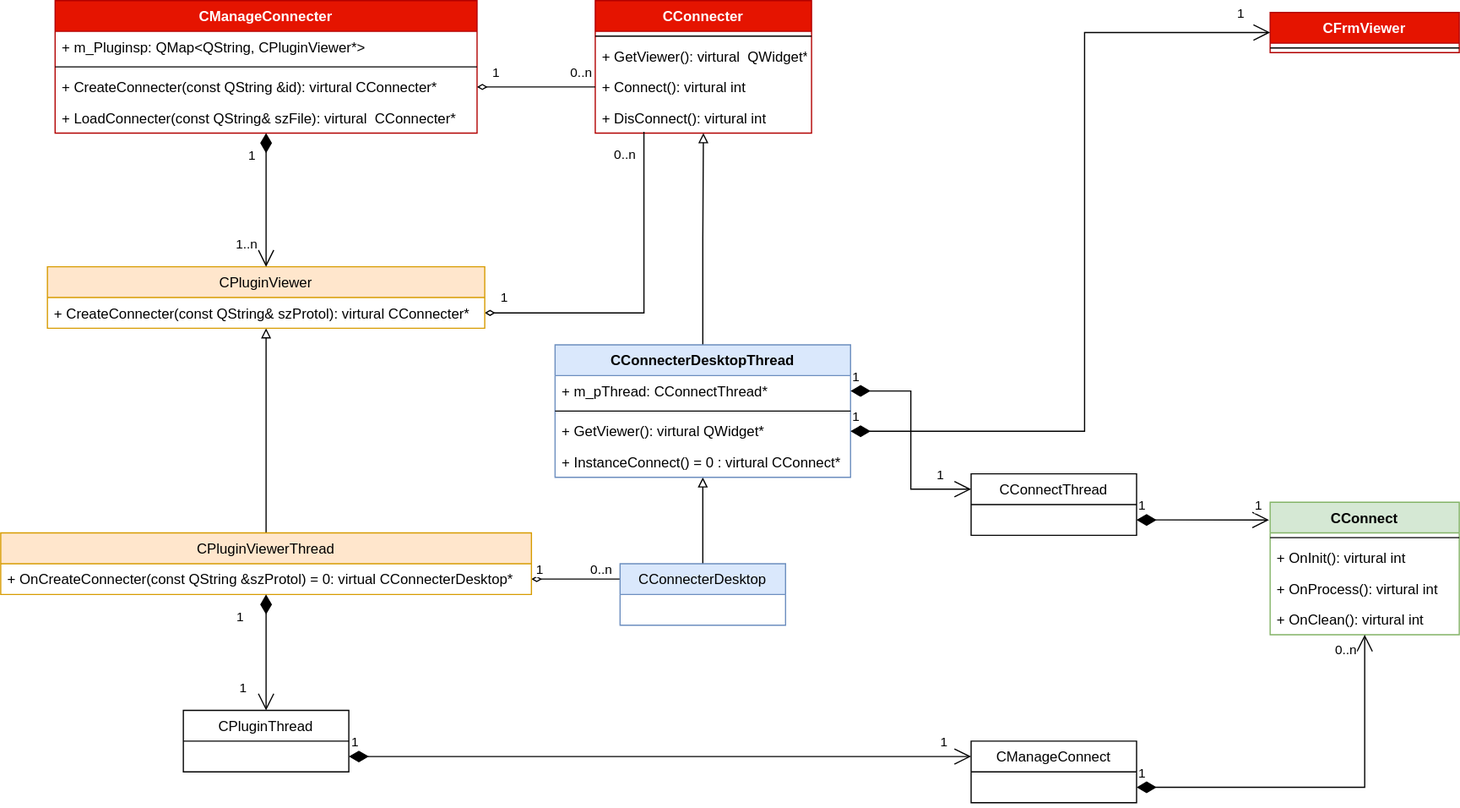
Before: docs/Image/PluginViewerAPI.svg, a diagram exported from draw.io (KangLin/RabbitRemoteControl). Source tidied: cells renumbered, new cells last; positions are measured from the earlier drawing's top-left corner, leaving out a move shared by most shapes.
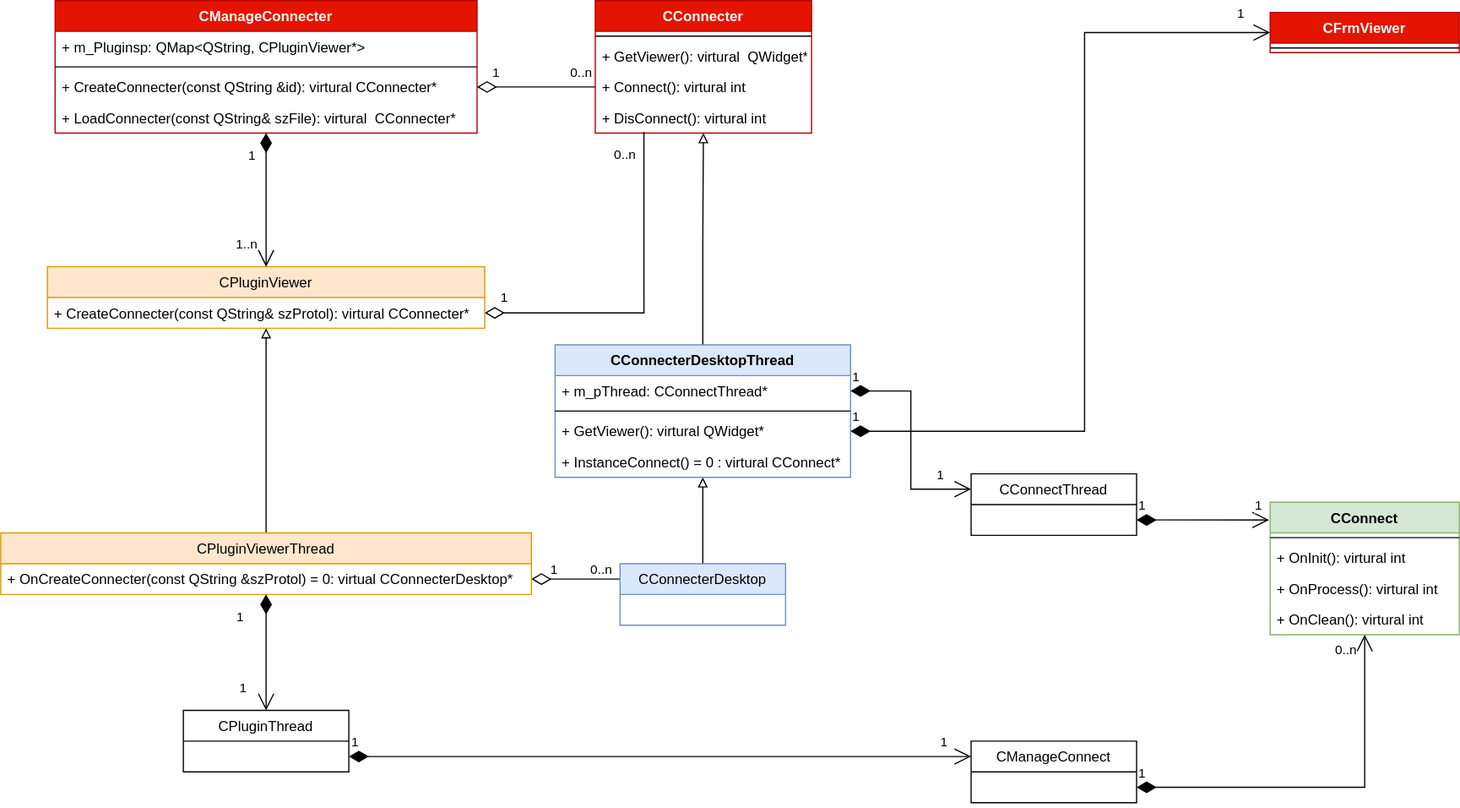
Later version of the same file.

Change to the diagram source:
```diff
@@ -74,7 +74,7 @@
     <mxCell id="25" value="+ OnClean(): virtural int" style="text;strokeColor=none;fillColor=none;align=left;verticalAlign=top;spacingLeft=4;spacingRight=4;overflow=hidden;" parent="21" vertex="1">
       <mxGeometry y="86" width="160" height="26" as="geometry" />
     </mxCell>
-    <mxCell id="26" style="edgeStyle=orthogonalEdgeStyle;rounded=0;jettySize=auto;html=1;startArrow=diamondThin;startFill=0;endArrow=none;endFill=0;entryX=0.225;entryY=0.962;entryDx=0;entryDy=0;entryPerimeter=0;exitX=1;exitY=0.5;exitDx=0;exitDy=0;" parent="1" edge="1" source="31" target="11">
+    <mxCell id="26" style="edgeStyle=orthogonalEdgeStyle;rounded=0;jettySize=auto;html=1;startArrow=diamondThin;startFill=0;endArrow=none;endFill=0;entryX=0.225;entryY=0.962;entryDx=0;entryDy=0;entryPerimeter=0;exitX=1;exitY=0.5;exitDx=0;exitDy=0;startSize=14;" parent="1" edge="1" source="31" target="11">
       <mxGeometry relative="1" as="geometry" />
     </mxCell>
     <mxCell id="27" value="&lt;div&gt;1&lt;/div&gt;" style="edgeLabel;html=1;align=center;verticalAlign=middle;" parent="26" vertex="1">
@@ -99,12 +99,12 @@
     <mxCell id="32" value="CConnectThread" style="swimlane;fontStyle=0;horizontal=1;startSize=26;fillColor=none;" parent="1" vertex="1">
       <mxGeometry x="821" y="400" width="140" height="52" as="geometry" />
     </mxCell>
-    <mxCell id="33" style="edgeStyle=orthogonalEdgeStyle;rounded=0;jettySize=auto;html=1;entryX=0;entryY=0.25;entryDx=0;entryDy=0;startArrow=diamondThin;startFill=0;endArrow=none;endFill=0;exitX=1;exitY=0.5;exitDx=0;exitDy=0;" parent="1" edge="1" source="37" target="38">
+    <mxCell id="33" style="edgeStyle=orthogonalEdgeStyle;rounded=0;jettySize=auto;html=1;entryX=0;entryY=0.25;entryDx=0;entryDy=0;startArrow=diamondThin;startFill=0;endArrow=none;endFill=0;exitX=1;exitY=0.5;exitDx=0;exitDy=0;startSize=14;endSize=12;" parent="1" edge="1" source="37" target="38">
       <mxGeometry relative="1" as="geometry" />
     </mxCell>
     <mxCell id="34" value="1" style="edgeLabel;html=1;align=center;verticalAlign=middle;" parent="33" vertex="1">
       <mxGeometry x="-0.68" y="1" relative="1" as="geometry">
-        <mxPoint x="-6" y="-8" as="offset" />
+        <mxPoint x="6" y="-8" as="offset" />
       </mxGeometry>
     </mxCell>
     <mxCell id="35" value="0..n" style="edgeLabel;html=1;align=center;verticalAlign=middle;" parent="33" vertex="1">
@@ -127,7 +127,7 @@
     <mxCell id="40" value="CManageConnect" style="swimlane;fontStyle=0;horizontal=1;startSize=26;fillColor=none;" parent="1" vertex="1">
       <mxGeometry x="821" y="626" width="140" height="52" as="geometry" />
     </mxCell>
-    <mxCell id="41" style="edgeStyle=orthogonalEdgeStyle;rounded=0;jettySize=auto;html=1;entryX=0;entryY=0.5;entryDx=0;entryDy=0;endArrow=none;endFill=0;startArrow=diamondThin;startFill=0;" parent="1" edge="1" source="5" target="10">
+    <mxCell id="41" style="edgeStyle=orthogonalEdgeStyle;rounded=0;jettySize=auto;html=1;entryX=0;entryY=0.5;entryDx=0;entryDy=0;endArrow=none;endFill=0;startArrow=diamondThin;startFill=0;startSize=14;endSize=12;" parent="1" edge="1" source="5" target="10">
       <mxGeometry relative="1" as="geometry" />
     </mxCell>
     <mxCell id="42" value="1" style="edgeLabel;html=1;align=center;verticalAlign=middle;" parent="41" vertex="1">
```
